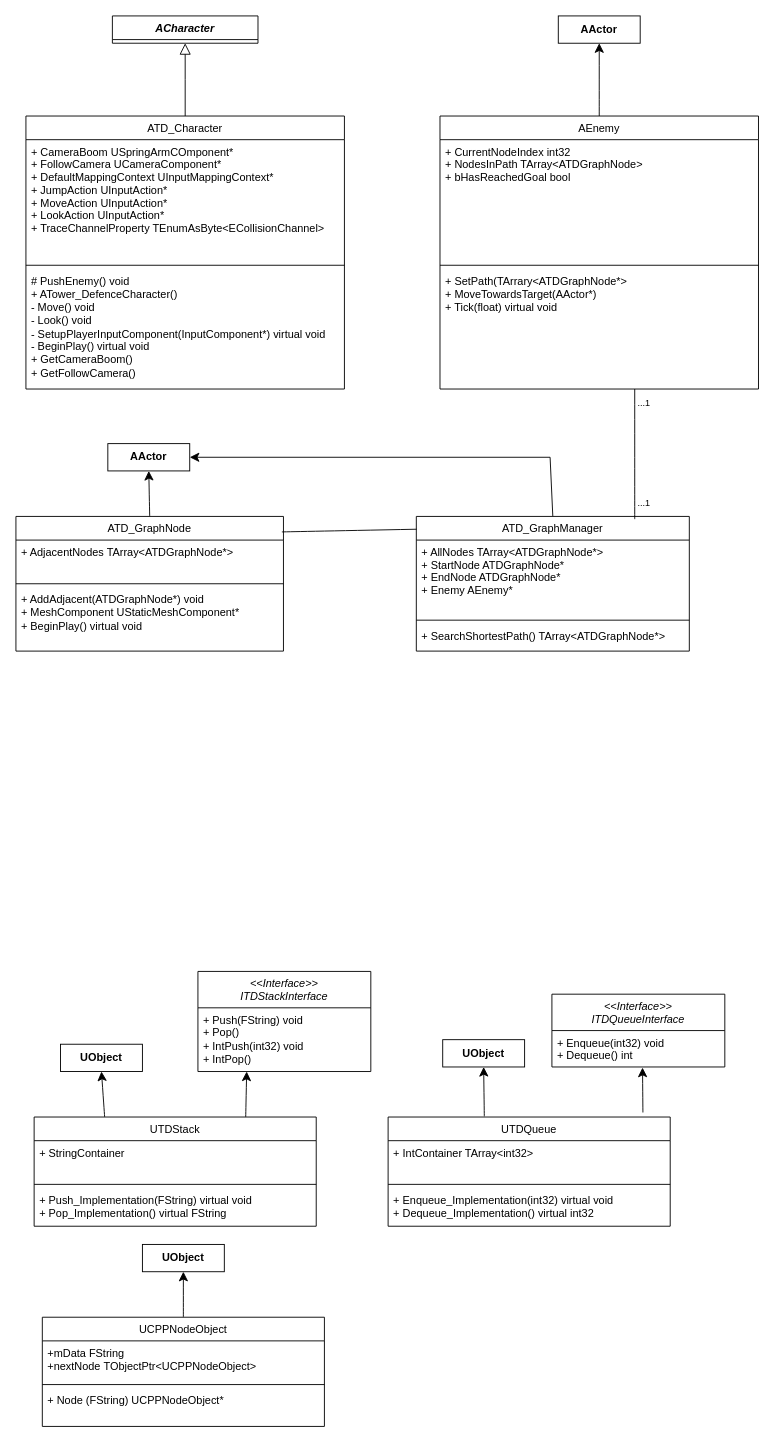
Before: TowerDefense_UML.drawio in Viiktorh/Tower_Defense, a draw.io diagram. Source tidied: cells renumbered, new cells numbered last; positions are measured from the earlier drawing's top-left corner, leaving out a move shared by most shapes. Both pictures are drawn from the tidied source at 91%, with x=0, y=0 at pixel (15, 15).
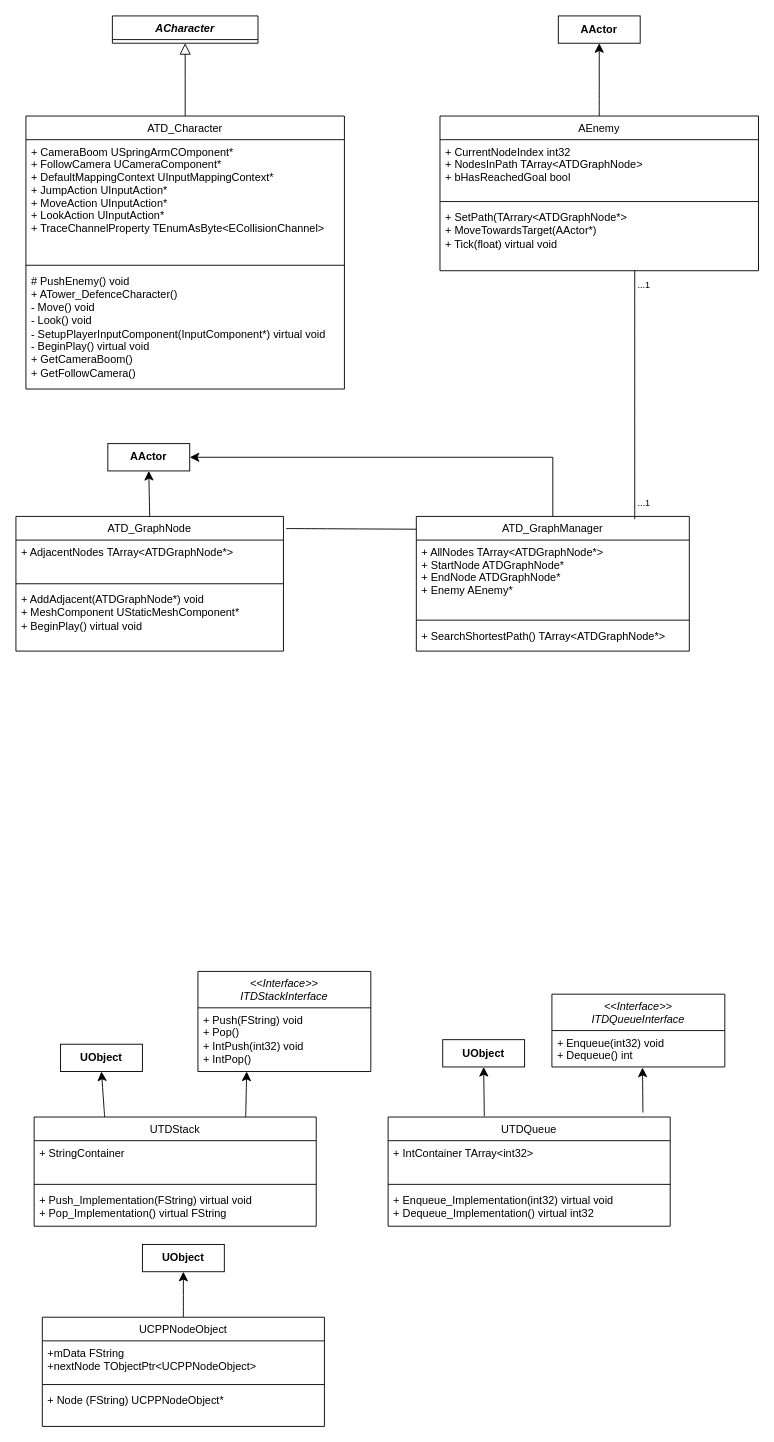
The same page after the edit.

The change refers to these unchanged cells:
```xml
<mxCell id="39" value="ATD_GraphNode" style="swimlane;fontStyle=0;align=center;verticalAlign=top;horizontal=1;startSize=26;rounded=0;shadow=0;strokeWidth=1;" parent="1" vertex="1">
  <mxGeometry y="550" width="294" height="148" as="geometry" />
</mxCell>
<mxCell id="43" value="&lt;b&gt;AActor&lt;/b&gt;" style="rounded=0;whiteSpace=wrap;html=1;" parent="1" vertex="1">
  <mxGeometry x="101" y="470" width="90" height="30" as="geometry" />
</mxCell>
<mxCell id="46" value="ATD_GraphManager" style="swimlane;fontStyle=0;align=center;verticalAlign=top;horizontal=1;startSize=26;rounded=0;shadow=0;strokeWidth=1;" parent="1" vertex="1">
  <mxGeometry x="440" y="550" width="300" height="148" as="geometry" />
</mxCell>
```

Diff of the diagram source:
```diff
@@
     <mxCell id="9" value="AEnemy" style="swimlane;fontStyle=0;align=center;verticalAlign=top;horizontal=1;startSize=26;rounded=0;shadow=0;strokeWidth=1;" parent="1" vertex="1">
-      <mxGeometry x="466" y="110" width="350" height="300" as="geometry" />
+      <mxGeometry x="466" y="110" width="350" height="170" as="geometry" />
     </mxCell>
     <mxCell id="10" value="+ CurrentNodeIndex int32&#10;+ NodesInPath TArray&lt;ATDGraphNode&gt;&#10;+ bHasReachedGoal bool" style="text;align=left;verticalAlign=top;spacingLeft=4;spacingRight=4;overflow=hidden;" parent="9" vertex="1">
-      <mxGeometry y="26" width="350" height="134" as="geometry" />
+      <mxGeometry y="26" width="350" height="64" as="geometry" />
     </mxCell>
     <mxCell id="11" style="line;html=1;strokeWidth=1;align=left;verticalAlign=middle;spacingTop=-1;spacingLeft=3;spacingRight=3;labelPosition=right;" parent="9" vertex="1">
-      <mxGeometry y="160" width="350" height="8" as="geometry" />
+      <mxGeometry y="90" width="350" height="8" as="geometry" />
     </mxCell>
     <mxCell id="12" value="&lt;div&gt;+ SetPath(TArrary&amp;lt;ATDGraphNode*&amp;gt;&lt;/div&gt;&lt;div&gt;+ MoveTowardsTarget(AActor*)&lt;/div&gt;&lt;div&gt;+ Tick(float) virtual void&lt;/div&gt;" style="text;html=1;align=left;verticalAlign=top;strokeColor=none;fillColor=none;fontSize=12;spacingLeft=4;spacingRight=4;" parent="9" vertex="1">
-      <mxGeometry y="168" width="350" height="60" as="geometry" />
+      <mxGeometry y="98" width="350" height="60" as="geometry" />
     </mxCell>
@@
     <mxCell id="45" style="edgeStyle=none;curved=0;rounded=0;jettySize=auto;html=1;exitX=0.5;exitY=0;exitDx=0;exitDy=0;entryX=1;entryY=0.5;entryDx=0;entryDy=0;fontSize=12;startSize=8;endSize=8;" parent="1" edge="1" source="46" target="43">
       <mxGeometry relative="1" as="geometry">
         <Array as="points">
-          <mxPoint x="587" y="485" />
+          <mxPoint x="590" y="485" />
         </Array>
       </mxGeometry>
     </mxCell>
@@
-    <mxCell id="50" style="endArrow=none;html=1;rounded=0;fontSize=12;startSize=8;endSize=8;curved=1;entryX=0.001;entryY=0.095;entryDx=0;entryDy=0;entryPerimeter=0;exitX=0.994;exitY=0.115;exitDx=0;exitDy=0;exitPerimeter=0;" parent="1" edge="1" source="39" target="46">
+    <mxCell id="50" style="endArrow=none;html=1;rounded=0;fontSize=12;startSize=8;endSize=8;curved=1;entryX=0.001;entryY=0.095;entryDx=0;entryDy=0;entryPerimeter=0;exitX=1.01;exitY=0.09;exitDx=0;exitDy=0;exitPerimeter=0;" parent="1" edge="1" source="39" target="46">
       <mxGeometry relative="1" as="geometry" />
     </mxCell>
     <mxCell id="51" style="endArrow=none;html=1;rounded=0;fontSize=12;startSize=8;endSize=8;curved=1;" parent="1" edge="1">
       <mxGeometry relative="1" as="geometry">
         <mxPoint x="680" y="553" as="sourcePoint" />
-        <mxPoint x="680" y="410" as="targetPoint" />
+        <mxPoint x="680" y="280" as="targetPoint" />
       </mxGeometry>
     </mxCell>
     <mxCell id="52" value="...1" style="text;html=1;align=center;verticalAlign=middle;strokeColor=none;fillColor=none;fontSize=10;" parent="1" vertex="1">
-      <mxGeometry x="670" y="410" width="40" height="30" as="geometry" />
+      <mxGeometry x="670" y="280" width="40" height="30" as="geometry" />
     </mxCell>
```
